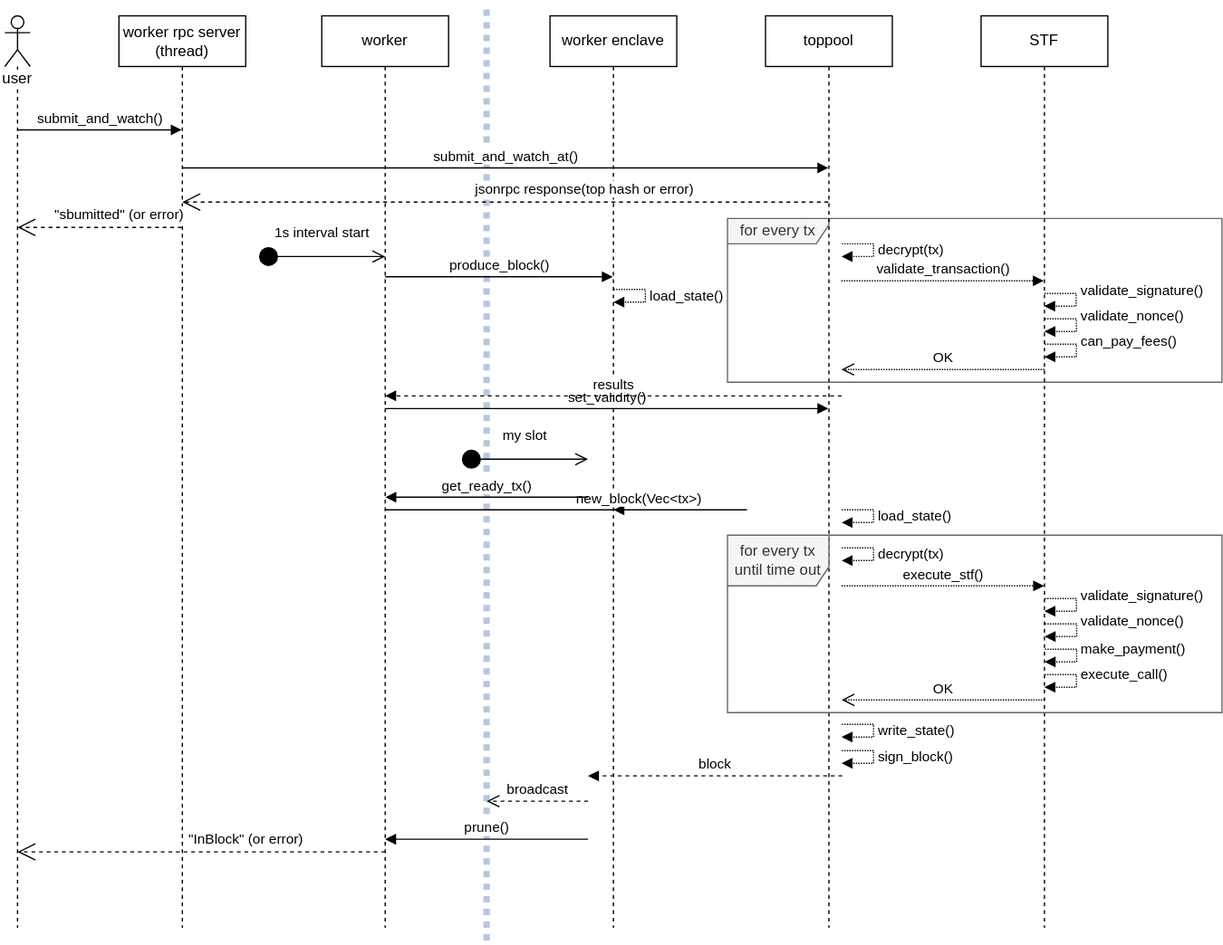
Above: sidechain-sequence.svg in haerdib/substraTEE_diagramms (draw.io), before the change. Source tidied: cells renumbered, new cells last; positions are measured from the earlier drawing's top-left corner, leaving out a move shared by most shapes. Source of this version:
```xml
<mxGraphModel>
  <root>
    <mxCell id="0" />
    <mxCell id="1" parent="0" />
    <mxCell id="2" style="endArrow=none;dashed=1;html=1;fillColor=#dae8fc;strokeColor=#6c8ebf;dashPattern=1 1;strokeWidth=5;opacity=50;" parent="1" edge="1">
      <mxGeometry relative="1" as="geometry">
        <mxPoint x="380" y="740" as="sourcePoint" />
        <mxPoint x="380" as="targetPoint" />
      </mxGeometry>
    </mxCell>
    <mxCell id="3" value="for every tx" style="shape=umlFrame;whiteSpace=wrap;html=1;width=80;height=20;fillColor=#f5f5f5;strokeColor=#666666;fontColor=#333333;" parent="1" vertex="1">
      <mxGeometry x="570" y="170" width="390" height="129.2" as="geometry" />
    </mxCell>
    <mxCell id="4" value="&lt;div&gt;worker rpc server (thread)&lt;br&gt;&lt;/div&gt;" style="shape=umlLifeline;perimeter=lifelinePerimeter;whiteSpace=wrap;html=1;outlineConnect=0;" parent="1" vertex="1">
      <mxGeometry x="90" y="10" width="100" height="720" as="geometry" />
    </mxCell>
    <mxCell id="5" value="&lt;span style=&quot;background-color: rgb(255 , 255 , 255)&quot;&gt;submit_and_watch_at()&lt;/span&gt;" style="html=1;verticalAlign=bottom;endArrow=block;" parent="4" edge="1">
      <mxGeometry relative="1" as="geometry">
        <mxPoint x="50" y="120" as="sourcePoint" />
        <mxPoint x="559.5" y="120" as="targetPoint" />
      </mxGeometry>
    </mxCell>
    <mxCell id="6" value="toppool" style="shape=umlLifeline;perimeter=lifelinePerimeter;whiteSpace=wrap;html=1;outlineConnect=0;" parent="1" vertex="1">
      <mxGeometry x="600" y="10" width="100" height="720" as="geometry" />
    </mxCell>
    <mxCell id="7" value="worker enclave" style="shape=umlLifeline;perimeter=lifelinePerimeter;whiteSpace=wrap;html=1;outlineConnect=0;" parent="1" vertex="1">
      <mxGeometry x="430" y="10" width="100" height="720" as="geometry" />
    </mxCell>
    <mxCell id="8" value="STF" style="shape=umlLifeline;perimeter=lifelinePerimeter;whiteSpace=wrap;html=1;" parent="1" vertex="1">
      <mxGeometry x="770" y="10" width="100" height="720" as="geometry" />
    </mxCell>
    <mxCell id="9" value="&lt;div&gt;validate_signature()&lt;/div&gt;&lt;div&gt;&lt;br&gt;&lt;/div&gt;" style="edgeStyle=orthogonalEdgeStyle;html=1;align=left;spacingLeft=2;endArrow=block;rounded=0;dashed=1;dashPattern=1 1;" parent="8" edge="1">
      <mxGeometry relative="1" as="geometry">
        <mxPoint x="50" y="219.2" as="sourcePoint" />
        <mxPoint x="49.8" y="229.2" as="targetPoint" />
        <Array as="points">
          <mxPoint x="75" y="219.2" />
          <mxPoint x="75" y="229.2" />
        </Array>
      </mxGeometry>
    </mxCell>
    <mxCell id="10" value="submit_and_watch()" style="html=1;verticalAlign=bottom;endArrow=block;" parent="1" edge="1" target="4">
      <mxGeometry relative="1" as="geometry">
        <mxPoint x="10" y="100" as="sourcePoint" />
      </mxGeometry>
    </mxCell>
    <mxCell id="11" value="user" style="shape=umlLifeline;participant=umlActor;perimeter=lifelinePerimeter;whiteSpace=wrap;html=1;verticalAlign=top;spacingTop=36;labelBackgroundColor=#ffffff;" parent="1" vertex="1">
      <mxGeometry y="10" width="20" height="720" as="geometry" />
    </mxCell>
    <mxCell id="12" value="worker" style="shape=umlLifeline;perimeter=lifelinePerimeter;whiteSpace=wrap;html=1;outlineConnect=0;" parent="1" vertex="1">
      <mxGeometry x="250" y="10" width="100" height="720" as="geometry" />
    </mxCell>
    <mxCell id="13" value="produce_block()" style="html=1;verticalAlign=bottom;endArrow=block;" parent="12" edge="1">
      <mxGeometry relative="1" as="geometry">
        <mxPoint x="50" y="206" as="sourcePoint" />
        <mxPoint x="229.5" y="206" as="targetPoint" />
      </mxGeometry>
    </mxCell>
    <mxCell id="14" value="1s interval start" style="html=1;verticalAlign=bottom;startArrow=circle;startFill=1;endArrow=open;startSize=6;endSize=8;" parent="1" edge="1">
      <mxGeometry y="10" relative="1" as="geometry">
        <mxPoint x="200" y="200" as="sourcePoint" />
        <mxPoint x="300" y="200" as="targetPoint" />
      </mxGeometry>
    </mxCell>
    <mxCell id="15" value="validate_transaction()" style="html=1;verticalAlign=bottom;endArrow=block;dashed=1;dashPattern=1 1;" parent="1" edge="1">
      <mxGeometry relative="1" as="geometry">
        <mxPoint x="659.8" y="219.2" as="sourcePoint" />
        <mxPoint x="819.5" y="219.2" as="targetPoint" />
        <Array as="points">
          <mxPoint x="780" y="219.2" />
        </Array>
      </mxGeometry>
    </mxCell>
    <mxCell id="16" value="&lt;div&gt;validate_nonce()&lt;/div&gt;&lt;div&gt;&lt;br&gt;&lt;/div&gt;" style="edgeStyle=orthogonalEdgeStyle;html=1;align=left;spacingLeft=2;endArrow=block;rounded=0;dashed=1;dashPattern=1 1;" parent="1" edge="1">
      <mxGeometry relative="1" as="geometry">
        <mxPoint x="820.2" y="249.2" as="sourcePoint" />
        <mxPoint x="820" y="259.2" as="targetPoint" />
        <Array as="points">
          <mxPoint x="845.2" y="249.2" />
          <mxPoint x="845.2" y="259.2" />
        </Array>
      </mxGeometry>
    </mxCell>
    <mxCell id="17" value="&lt;div&gt;can_pay_fees()&lt;/div&gt;&lt;div&gt;&lt;br&gt;&lt;/div&gt;" style="edgeStyle=orthogonalEdgeStyle;html=1;align=left;spacingLeft=2;endArrow=block;rounded=0;dashed=1;dashPattern=1 1;" parent="1" edge="1">
      <mxGeometry relative="1" as="geometry">
        <mxPoint x="820.2" y="269.2" as="sourcePoint" />
        <mxPoint x="820" y="279.2" as="targetPoint" />
        <Array as="points">
          <mxPoint x="845.2" y="269.2" />
          <mxPoint x="845.2" y="279.2" />
        </Array>
      </mxGeometry>
    </mxCell>
    <mxCell id="18" value="OK" style="html=1;verticalAlign=bottom;endArrow=open;dashed=1;endSize=8;dashPattern=1 1;" parent="1" edge="1">
      <mxGeometry relative="1" as="geometry">
        <mxPoint x="820" y="289.2" as="sourcePoint" />
        <mxPoint x="659.8" y="289.2" as="targetPoint" />
      </mxGeometry>
    </mxCell>
    <mxCell id="19" value="load_state()" style="edgeStyle=orthogonalEdgeStyle;html=1;align=left;spacingLeft=2;endArrow=block;rounded=0;dashed=1;dashPattern=1 1;" parent="1" edge="1">
      <mxGeometry relative="1" as="geometry">
        <mxPoint x="480.2" y="226" as="sourcePoint" />
        <mxPoint x="480" y="236" as="targetPoint" />
        <Array as="points">
          <mxPoint x="505.2" y="226" />
          <mxPoint x="505.2" y="236" />
        </Array>
      </mxGeometry>
    </mxCell>
    <mxCell id="20" value="decrypt(tx)" style="edgeStyle=orthogonalEdgeStyle;html=1;align=left;spacingLeft=2;endArrow=block;rounded=0;dashed=1;dashPattern=1 1;" parent="1" edge="1">
      <mxGeometry relative="1" as="geometry">
        <mxPoint x="660.2" y="190" as="sourcePoint" />
        <mxPoint x="660" y="200" as="targetPoint" />
        <Array as="points">
          <mxPoint x="685.2" y="190" />
          <mxPoint x="685.2" y="200" />
        </Array>
      </mxGeometry>
    </mxCell>
    <mxCell id="21" value="my slot" style="html=1;verticalAlign=bottom;startArrow=circle;startFill=1;endArrow=open;startSize=6;endSize=8;" parent="1" edge="1">
      <mxGeometry y="10" relative="1" as="geometry">
        <mxPoint x="360" y="360" as="sourcePoint" />
        <mxPoint x="460" y="360" as="targetPoint" />
      </mxGeometry>
    </mxCell>
    <mxCell id="22" value="new_block(Vec&amp;lt;tx&amp;gt;)" style="html=1;verticalAlign=bottom;endArrow=block;" parent="1" edge="1" source="12" target="7">
      <mxGeometry relative="1" as="geometry">
        <Array as="points">
          <mxPoint x="590" y="400" />
        </Array>
      </mxGeometry>
    </mxCell>
    <mxCell id="23" value="get_ready_tx()" style="html=1;verticalAlign=bottom;endArrow=block;" parent="1" edge="1">
      <mxGeometry relative="1" as="geometry">
        <mxPoint x="460" y="390" as="sourcePoint" />
        <mxPoint x="300.2" y="390" as="targetPoint" />
        <Array as="points">
          <mxPoint x="430.5" y="390" />
        </Array>
      </mxGeometry>
    </mxCell>
    <mxCell id="24" value="set_validity()" style="html=1;verticalAlign=bottom;endArrow=block;" parent="1" edge="1" source="12" target="6">
      <mxGeometry relative="1" as="geometry">
        <Array as="points">
          <mxPoint x="430" y="320" />
        </Array>
      </mxGeometry>
    </mxCell>
    <mxCell id="25" value="&lt;span style=&quot;background-color: rgb(255 , 255 , 255)&quot;&gt;jsonrpc response(top hash or error)&lt;/span&gt;" style="endArrow=open;endSize=12;dashed=1;html=1;" parent="1" edge="1">
      <mxGeometry x="-0.24" y="-10" relative="1" as="geometry">
        <mxPoint x="649.5" y="157" as="sourcePoint" />
        <mxPoint x="140" y="157" as="targetPoint" />
        <Array as="points">
          <mxPoint x="250" y="157" />
        </Array>
      </mxGeometry>
    </mxCell>
    <mxCell id="26" value="results" style="html=1;verticalAlign=bottom;endArrow=block;strokeWidth=1;dashed=1;" parent="1" edge="1" target="12">
      <mxGeometry relative="1" as="geometry">
        <mxPoint x="660" y="310" as="sourcePoint" />
      </mxGeometry>
    </mxCell>
    <mxCell id="27" value="for every tx until time out" style="shape=umlFrame;whiteSpace=wrap;html=1;width=80;height=40;fillColor=#f5f5f5;strokeColor=#666666;fontColor=#333333;" parent="1" vertex="1">
      <mxGeometry x="570" y="420" width="390" height="140" as="geometry" />
    </mxCell>
    <mxCell id="28" value="load_state()" style="edgeStyle=orthogonalEdgeStyle;html=1;align=left;spacingLeft=2;endArrow=block;rounded=0;dashed=1;dashPattern=1 1;" parent="1" edge="1">
      <mxGeometry relative="1" as="geometry">
        <mxPoint x="660.2" y="400" as="sourcePoint" />
        <mxPoint x="660" y="410" as="targetPoint" />
        <Array as="points">
          <mxPoint x="685.2" y="400" />
          <mxPoint x="685.2" y="410" />
        </Array>
      </mxGeometry>
    </mxCell>
    <mxCell id="29" value="decrypt(tx)" style="edgeStyle=orthogonalEdgeStyle;html=1;align=left;spacingLeft=2;endArrow=block;rounded=0;dashed=1;dashPattern=1 1;" parent="1" edge="1">
      <mxGeometry relative="1" as="geometry">
        <mxPoint x="660.2" y="430" as="sourcePoint" />
        <mxPoint x="660" y="440" as="targetPoint" />
        <Array as="points">
          <mxPoint x="685.2" y="430" />
          <mxPoint x="685.2" y="440" />
        </Array>
      </mxGeometry>
    </mxCell>
    <mxCell id="30" value="execute_stf()" style="html=1;verticalAlign=bottom;endArrow=block;dashed=1;dashPattern=1 1;" parent="1" edge="1">
      <mxGeometry relative="1" as="geometry">
        <mxPoint x="660" y="460" as="sourcePoint" />
        <mxPoint x="819.7" y="460" as="targetPoint" />
        <Array as="points">
          <mxPoint x="780.2" y="460" />
        </Array>
      </mxGeometry>
    </mxCell>
    <mxCell id="31" value="&lt;div&gt;validate_signature()&lt;/div&gt;&lt;div&gt;&lt;br&gt;&lt;/div&gt;" style="edgeStyle=orthogonalEdgeStyle;html=1;align=left;spacingLeft=2;endArrow=block;rounded=0;dashed=1;dashPattern=1 1;" parent="1" edge="1">
      <mxGeometry relative="1" as="geometry">
        <mxPoint x="820.2" y="470" as="sourcePoint" />
        <mxPoint x="820" y="480" as="targetPoint" />
        <Array as="points">
          <mxPoint x="845.2" y="470" />
          <mxPoint x="845.2" y="480" />
        </Array>
      </mxGeometry>
    </mxCell>
    <mxCell id="32" value="&lt;div&gt;validate_nonce()&lt;/div&gt;&lt;div&gt;&lt;br&gt;&lt;/div&gt;" style="edgeStyle=orthogonalEdgeStyle;html=1;align=left;spacingLeft=2;endArrow=block;rounded=0;dashed=1;dashPattern=1 1;" parent="1" edge="1">
      <mxGeometry relative="1" as="geometry">
        <mxPoint x="820.4" y="490" as="sourcePoint" />
        <mxPoint x="820.2" y="500" as="targetPoint" />
        <Array as="points">
          <mxPoint x="845.4" y="490" />
          <mxPoint x="845.4" y="500" />
        </Array>
      </mxGeometry>
    </mxCell>
    <mxCell id="33" value="make_payment()" style="edgeStyle=orthogonalEdgeStyle;html=1;align=left;spacingLeft=2;endArrow=block;rounded=0;dashed=1;dashPattern=1 1;" parent="1" edge="1">
      <mxGeometry x="-0.17" relative="1" as="geometry">
        <mxPoint x="820.4" y="510" as="sourcePoint" />
        <mxPoint x="820.2" y="520" as="targetPoint" />
        <Array as="points">
          <mxPoint x="845.4" y="510" />
          <mxPoint x="845.4" y="520" />
        </Array>
      </mxGeometry>
    </mxCell>
    <mxCell id="34" value="execute_call()" style="edgeStyle=orthogonalEdgeStyle;html=1;align=left;spacingLeft=2;endArrow=block;rounded=0;dashed=1;dashPattern=1 1;" parent="1" edge="1">
      <mxGeometry x="-0.17" relative="1" as="geometry">
        <mxPoint x="820.2" y="530" as="sourcePoint" />
        <mxPoint x="820" y="540" as="targetPoint" />
        <Array as="points">
          <mxPoint x="845.2" y="530" />
          <mxPoint x="845.2" y="540" />
        </Array>
      </mxGeometry>
    </mxCell>
    <mxCell id="35" value="OK" style="html=1;verticalAlign=bottom;endArrow=open;dashed=1;endSize=8;dashPattern=1 1;" parent="1" edge="1">
      <mxGeometry relative="1" as="geometry">
        <mxPoint x="820.2" y="550" as="sourcePoint" />
        <mxPoint x="660" y="550" as="targetPoint" />
      </mxGeometry>
    </mxCell>
    <mxCell id="36" value="block" style="html=1;verticalAlign=bottom;endArrow=block;strokeWidth=1;dashed=1;" parent="1" edge="1">
      <mxGeometry relative="1" as="geometry">
        <mxPoint x="660.5" y="610" as="sourcePoint" />
        <mxPoint x="460" y="610" as="targetPoint" />
      </mxGeometry>
    </mxCell>
    <mxCell id="37" value="&lt;div&gt;write_state()&lt;/div&gt;" style="edgeStyle=orthogonalEdgeStyle;html=1;align=left;spacingLeft=2;endArrow=block;rounded=0;dashed=1;dashPattern=1 1;" parent="1" edge="1">
      <mxGeometry relative="1" as="geometry">
        <mxPoint x="660.2" y="569.3" as="sourcePoint" />
        <mxPoint x="660" y="579.3" as="targetPoint" />
        <Array as="points">
          <mxPoint x="685.2" y="569.3" />
          <mxPoint x="685.2" y="579.3" />
        </Array>
      </mxGeometry>
    </mxCell>
    <mxCell id="38" value="&lt;div&gt;sign_block()&lt;/div&gt;" style="edgeStyle=orthogonalEdgeStyle;html=1;align=left;spacingLeft=2;endArrow=block;rounded=0;dashed=1;dashPattern=1 1;" parent="1" edge="1">
      <mxGeometry relative="1" as="geometry">
        <mxPoint x="660.2" y="590" as="sourcePoint" />
        <mxPoint x="660" y="600" as="targetPoint" />
        <Array as="points">
          <mxPoint x="685.2" y="590" />
          <mxPoint x="685.2" y="600" />
        </Array>
      </mxGeometry>
    </mxCell>
    <mxCell id="39" value="broadcast" style="html=1;verticalAlign=bottom;endArrow=open;dashed=1;endSize=8;strokeWidth=1;" parent="1" edge="1">
      <mxGeometry relative="1" as="geometry">
        <mxPoint x="460" y="630" as="sourcePoint" />
        <mxPoint x="380" y="630" as="targetPoint" />
      </mxGeometry>
    </mxCell>
    <mxCell id="40" value="prune()" style="html=1;verticalAlign=bottom;endArrow=block;" parent="1" edge="1">
      <mxGeometry relative="1" as="geometry">
        <mxPoint x="460" y="660" as="sourcePoint" />
        <mxPoint x="300" y="660" as="targetPoint" />
        <Array as="points">
          <mxPoint x="430.5" y="660" />
        </Array>
      </mxGeometry>
    </mxCell>
    <mxCell id="41" value="&quot;InBlock&quot; (or error)" style="endArrow=open;endSize=12;dashed=1;html=1;" parent="1" edge="1">
      <mxGeometry x="-0.24" y="-10" relative="1" as="geometry">
        <mxPoint x="300" y="670" as="sourcePoint" />
        <mxPoint x="10" y="670" as="targetPoint" />
        <Array as="points">
          <mxPoint x="250.5" y="670" />
        </Array>
      </mxGeometry>
    </mxCell>
    <mxCell id="42" value="&quot;sbumitted&quot; (or error)" style="endArrow=open;endSize=12;dashed=1;html=1;" parent="1" edge="1">
      <mxGeometry x="-0.24" y="-10" relative="1" as="geometry">
        <mxPoint x="139.5" y="177" as="sourcePoint" />
        <mxPoint x="10" y="177" as="targetPoint" />
        <Array as="points">
          <mxPoint x="60" y="177" />
        </Array>
      </mxGeometry>
    </mxCell>
  </root>
</mxGraphModel>
```
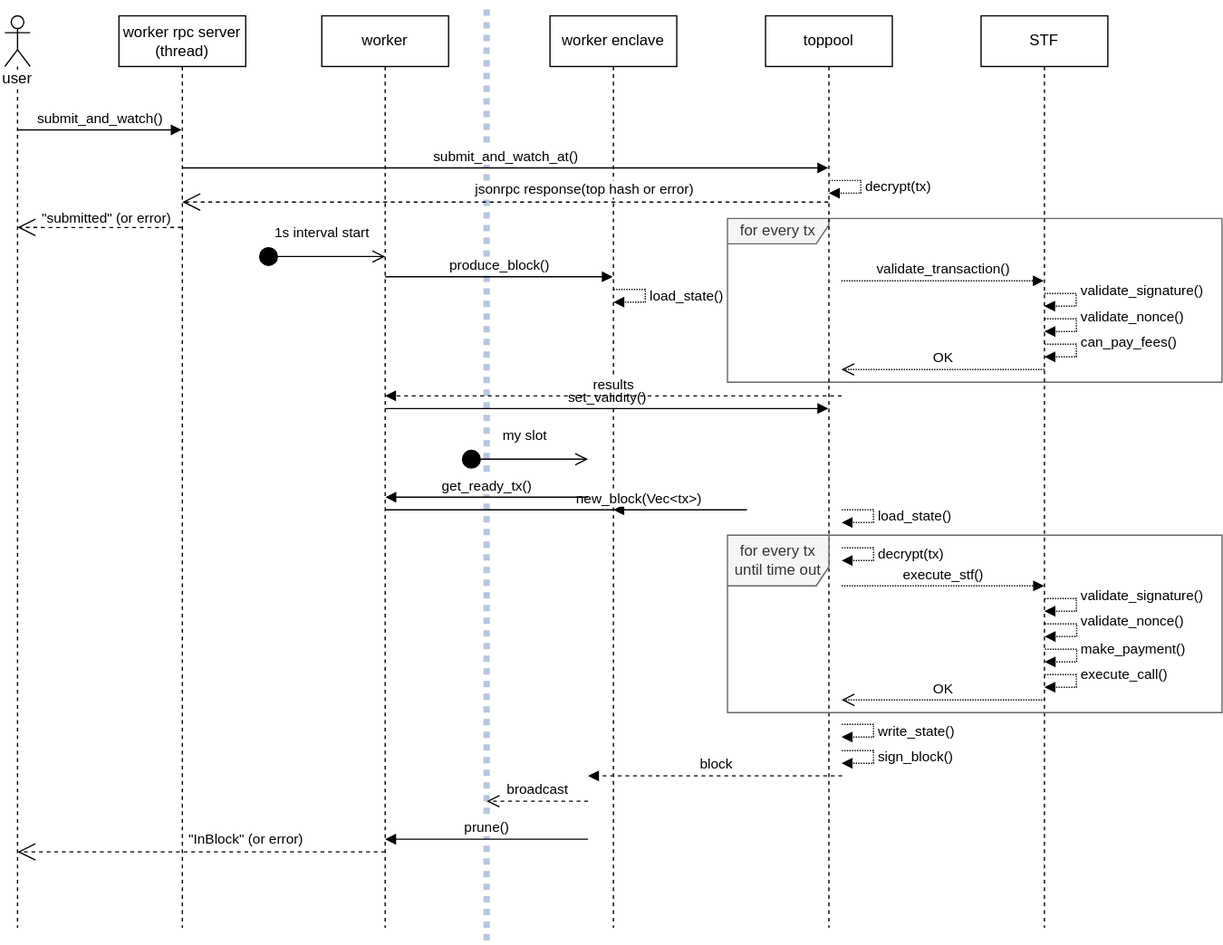
After the commit.

The edit, as a diff of the source:
```diff
@@ -109,11 +109,11 @@
     </mxCell>
     <mxCell id="20" value="decrypt(tx)" style="edgeStyle=orthogonalEdgeStyle;html=1;align=left;spacingLeft=2;endArrow=block;rounded=0;dashed=1;dashPattern=1 1;" parent="1" edge="1">
       <mxGeometry relative="1" as="geometry">
-        <mxPoint x="660.2" y="190" as="sourcePoint" />
-        <mxPoint x="660" y="200" as="targetPoint" />
+        <mxPoint x="650.2" y="140" as="sourcePoint" />
+        <mxPoint x="650" y="150" as="targetPoint" />
         <Array as="points">
-          <mxPoint x="685.2" y="190" />
-          <mxPoint x="685.2" y="200" />
+          <mxPoint x="675.2" y="140" />
+          <mxPoint x="675.2" y="150" />
         </Array>
       </mxGeometry>
     </mxCell>
@@ -288,13 +288,10 @@
         </Array>
       </mxGeometry>
     </mxCell>
-    <mxCell id="42" value="&quot;sbumitted&quot; (or error)" style="endArrow=open;endSize=12;dashed=1;html=1;" parent="1" edge="1">
-      <mxGeometry x="-0.24" y="-10" relative="1" as="geometry">
+    <mxCell id="42" value="&quot;submitted&quot; (or error)" style="endArrow=open;endSize=12;dashed=1;html=1;" parent="1" edge="1">
+      <mxGeometry x="-0.08" y="-7" relative="1" as="geometry">
         <mxPoint x="139.5" y="177" as="sourcePoint" />
         <mxPoint x="10" y="177" as="targetPoint" />
-        <Array as="points">
-          <mxPoint x="60" y="177" />
-        </Array>
       </mxGeometry>
     </mxCell>
   </root>
```
